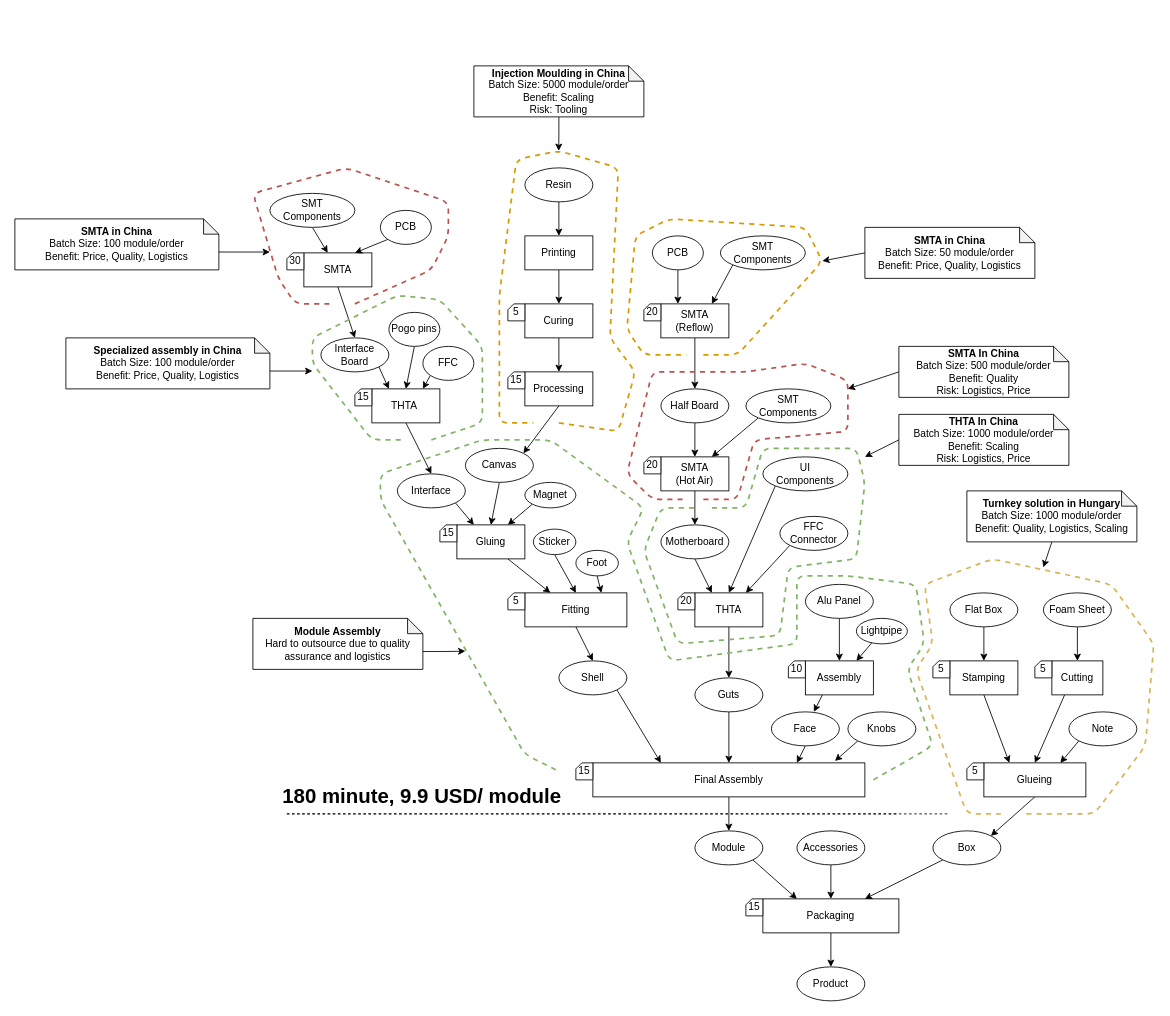
Above: Documentation/Manufacturing.drawio in intechstudio/grid-hardware (draw.io), before the change. Source tidied: cells renumbered, new cells numbered last; positions are measured from the earlier drawing's top-left corner, leaving out a move shared by most shapes. Both pictures are drawn from the tidied source at 85%, with x=0, y=0 at pixel (14, 65).
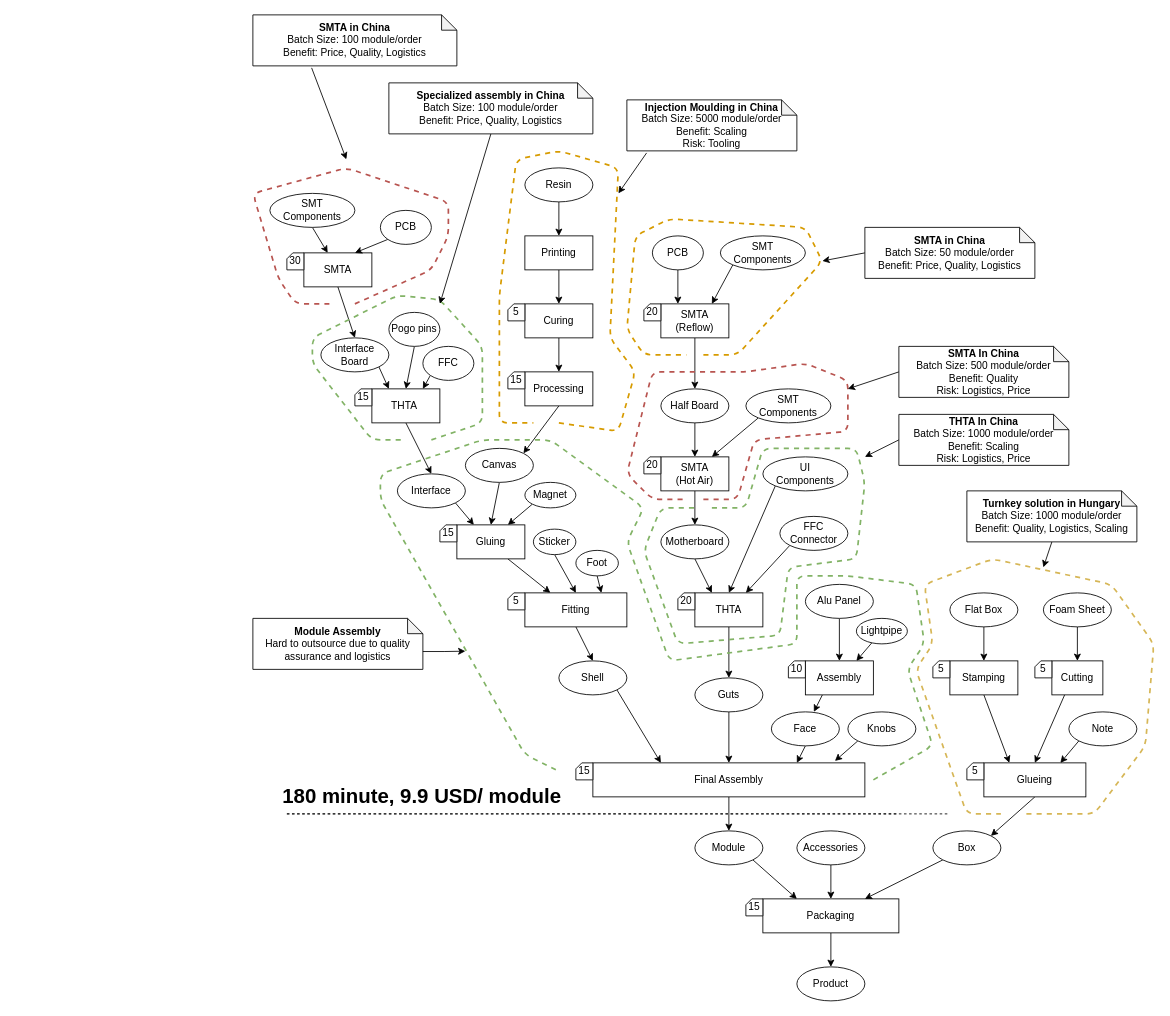
The same diagram, later.

The edit, as a diff of the source:
```diff
@@
-    <mxCell id="103" style="edgeStyle=none;rounded=0;jettySize=auto;html=1;exitX=0;exitY=0;exitDx=200;exitDy=39;exitPerimeter=0;strokeWidth=1;" parent="1" edge="1" source="104">
+    <mxCell id="103" style="edgeStyle=none;rounded=0;jettySize=auto;html=1;exitX=0.288;exitY=1.039;exitDx=0;exitDy=0;exitPerimeter=0;strokeWidth=1;" parent="1" edge="1" source="104">
       <mxGeometry relative="1" as="geometry">
-        <mxPoint x="300" y="219" as="targetPoint" />
+        <mxPoint x="390" y="110" as="targetPoint" />
       </mxGeometry>
     </mxCell>
     <mxCell id="104" value="&lt;b&gt;SMTA in China&lt;/b&gt;&lt;br&gt;Batch Size: 100 module/order&lt;br&gt;Benefit: Price, Quality, Logistics" style="shape=note;whiteSpace=wrap;html=1;backgroundOutline=1;darkOpacity=0.05;size=18;" parent="1" vertex="1">
-      <mxGeometry y="180" width="240" height="60" as="geometry" />
+      <mxGeometry x="280" y="-60" width="240" height="60" as="geometry" />
     </mxCell>
@@
-    <mxCell id="115" style="edgeStyle=none;rounded=0;jettySize=auto;html=1;exitX=0;exitY=0;exitDx=200;exitDy=39;exitPerimeter=0;strokeWidth=1;" parent="1" edge="1" source="116">
-      <mxGeometry relative="1" as="geometry">
-        <mxPoint x="350" y="359" as="targetPoint" />
-      </mxGeometry>
-    </mxCell>
+    <mxCell id="137" style="edgeStyle=none;rounded=0;jettySize=auto;html=1;exitX=0.5;exitY=1;exitDx=0;exitDy=0;exitPerimeter=0;" parent="1" edge="1" source="116">
+      <mxGeometry relative="1" as="geometry">
+        <mxPoint x="500" y="280" as="targetPoint" />
+      </mxGeometry>
+    </mxCell>
     <mxCell id="116" value="&lt;b&gt;Specialized assembly in China&lt;/b&gt;&lt;br&gt;Batch Size: 100 module/order&lt;br&gt;Benefit: Price, Quality, Logistics" style="shape=note;whiteSpace=wrap;html=1;backgroundOutline=1;darkOpacity=0.05;size=18;" parent="1" vertex="1">
-      <mxGeometry x="60" y="320" width="240" height="60" as="geometry" />
+      <mxGeometry x="440" y="20" width="240" height="60" as="geometry" />
     </mxCell>
@@
-    <mxCell id="128" style="edgeStyle=orthogonalEdgeStyle;rounded=0;jettySize=auto;html=1;exitX=0.5;exitY=1;exitDx=0;exitDy=0;exitPerimeter=0;" parent="1" edge="1" source="129">
+    <mxCell id="128" style="rounded=0;jettySize=auto;html=1;exitX=0.116;exitY=1.04;exitDx=0;exitDy=0;exitPerimeter=0;" parent="1" edge="1" source="129">
       <mxGeometry relative="1" as="geometry">
-        <mxPoint x="639.8" y="100" as="targetPoint" />
+        <mxPoint x="710" y="150" as="targetPoint" />
       </mxGeometry>
     </mxCell>
     <mxCell id="129" value="&lt;b&gt;Injection Moulding in China&lt;/b&gt;&lt;br&gt;Batch Size: 5000 module/order&lt;br&gt;Benefit: Scaling&lt;br&gt;Risk: Tooling" style="shape=note;whiteSpace=wrap;html=1;backgroundOutline=1;darkOpacity=0.05;size=18;" parent="1" vertex="1">
-      <mxGeometry x="540" width="200" height="60" as="geometry" />
+      <mxGeometry x="720" y="40" width="200" height="60" as="geometry" />
     </mxCell>
```
